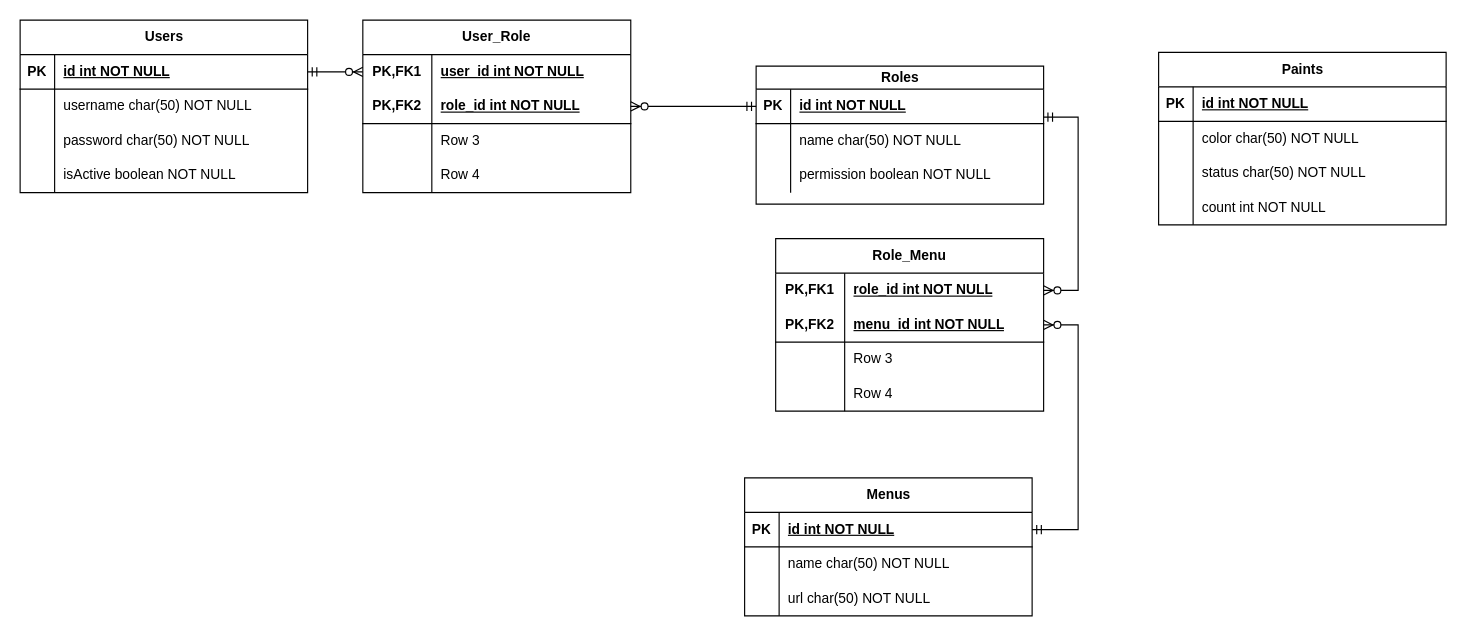
The draw.io diagram paint-kanban.drawio in gaomuziyuan/stock-status-backend, before the edit. Source tidied: cells renumbered, new cells numbered last; positions are measured from the earlier drawing's top-left corner, leaving out a move shared by most shapes. Both pictures are drawn from the tidied source at 115%, with x=0, y=0 at pixel (20, 20).
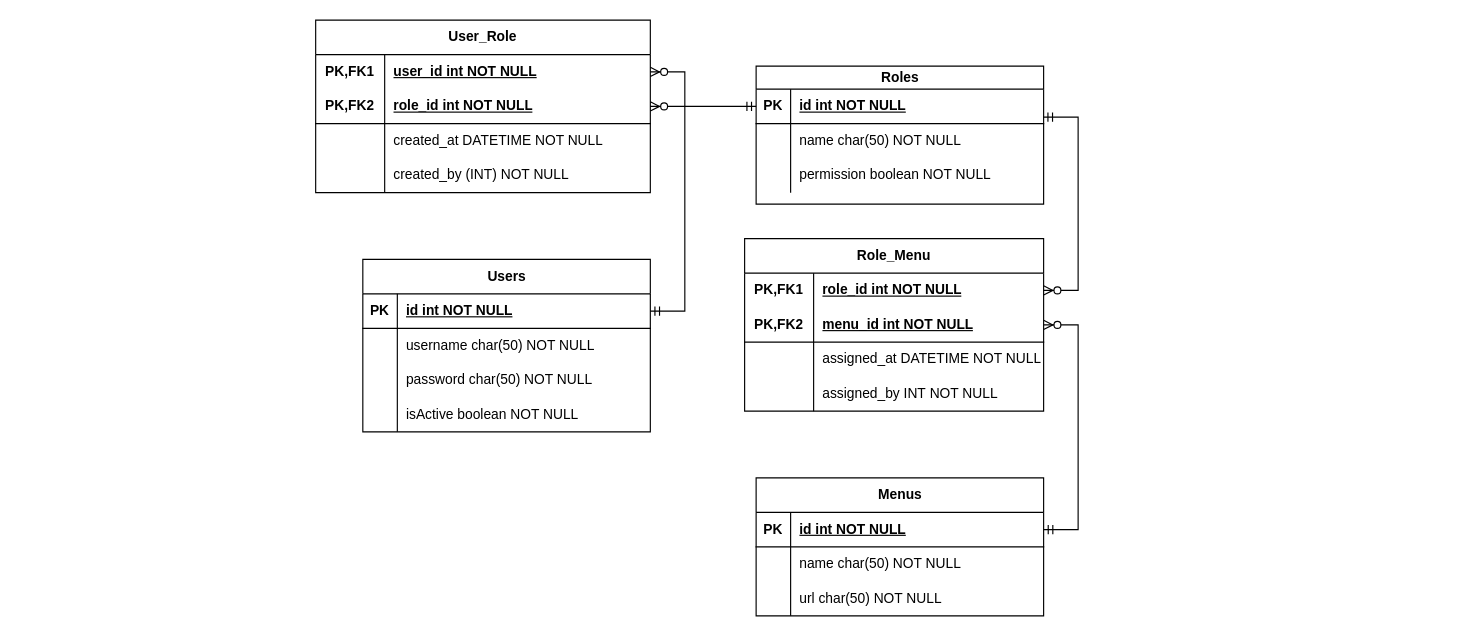
After the change.

Change to the diagram source:
```diff
@@
     <mxCell id="2" value="Users" style="shape=table;startSize=30;childLayout=tableLayout;rowLines=0;fontStyle=1;align=center;html=1;" parent="1" vertex="1">
-      <mxGeometry width="250" height="150" as="geometry" />
+      <mxGeometry x="298" y="208" width="250" height="150" as="geometry" />
     </mxCell>
@@
     <mxCell id="15" value="Menus" style="shape=table;startSize=30;childLayout=tableLayout;rowLines=0;fontStyle=1;align=center;html=1;" parent="1" vertex="1">
-      <mxGeometry x="630" y="398" width="250" height="120" as="geometry" />
+      <mxGeometry x="640" y="398" width="250" height="120" as="geometry" />
     </mxCell>
@@
     <mxCell id="25" value="User_Role" style="shape=table;startSize=30;childLayout=tableLayout;rowLines=0;fontStyle=1;align=center;html=1;whiteSpace=wrap;" parent="1" vertex="1">
-      <mxGeometry x="298" width="233" height="150" as="geometry" />
+      <mxGeometry x="257" width="291" height="150" as="geometry" />
     </mxCell>
     <mxCell id="26" style="shape=tableRow;horizontal=0;startSize=0;swimlaneHead=0;swimlaneBody=0;fillColor=none;points=[[0,0.5],[1,0.5]];portConstraint=eastwest;top=0;left=0;right=0;bottom=0;html=1;" parent="25" vertex="1">
-      <mxGeometry y="30" width="233" height="30" as="geometry" />
+      <mxGeometry y="30" width="291" height="30" as="geometry" />
     </mxCell>
@@
     <mxCell id="28" value="user_id int NOT NULL" style="shape=partialRectangle;fillColor=none;top=0;left=0;bottom=0;right=0;align=left;spacingLeft=6;fontStyle=5;overflow=hidden;html=1;whiteSpace=wrap;" parent="26" vertex="1">
-      <mxGeometry x="60" width="173" height="30" as="geometry" />
+      <mxGeometry x="60" width="231" height="30" as="geometry" />
     </mxCell>
     <mxCell id="29" style="shape=tableRow;horizontal=0;startSize=0;swimlaneHead=0;swimlaneBody=0;fillColor=none;points=[[0,0.5],[1,0.5]];portConstraint=eastwest;top=0;left=0;right=0;bottom=1;html=1;" parent="25" vertex="1">
-      <mxGeometry y="60" width="233" height="30" as="geometry" />
+      <mxGeometry y="60" width="291" height="30" as="geometry" />
     </mxCell>
@@
     <mxCell id="31" value="role_id int NOT NULL" style="shape=partialRectangle;fillColor=none;top=0;left=0;bottom=0;right=0;align=left;spacingLeft=6;fontStyle=5;overflow=hidden;html=1;whiteSpace=wrap;" parent="29" vertex="1">
-      <mxGeometry x="60" width="173" height="30" as="geometry" />
+      <mxGeometry x="60" width="231" height="30" as="geometry" />
     </mxCell>
     <mxCell id="32" style="shape=tableRow;horizontal=0;startSize=0;swimlaneHead=0;swimlaneBody=0;fillColor=none;top=0;left=0;right=0;bottom=0;html=1;" parent="25" vertex="1">
-      <mxGeometry y="90" width="233" height="30" as="geometry" />
+      <mxGeometry y="90" width="291" height="30" as="geometry" />
     </mxCell>
@@
-    <mxCell id="34" value="Row 3" style="shape=partialRectangle;fillColor=none;top=0;left=0;bottom=0;right=0;align=left;spacingLeft=6;overflow=hidden;html=1;whiteSpace=wrap;" parent="32" vertex="1">
-      <mxGeometry x="60" width="173" height="30" as="geometry" />
+    <mxCell id="34" value="created_at DATETIME NOT NULL" style="shape=partialRectangle;fillColor=none;top=0;left=0;bottom=0;right=0;align=left;spacingLeft=6;overflow=hidden;html=1;whiteSpace=wrap;" parent="32" vertex="1">
+      <mxGeometry x="60" width="231" height="30" as="geometry" />
     </mxCell>
     <mxCell id="35" style="shape=tableRow;horizontal=0;startSize=0;swimlaneHead=0;swimlaneBody=0;fillColor=none;top=0;left=0;right=0;bottom=0;html=1;" parent="25" vertex="1">
-      <mxGeometry y="120" width="233" height="30" as="geometry" />
+      <mxGeometry y="120" width="291" height="30" as="geometry" />
     </mxCell>
@@
-    <mxCell id="37" value="Row 4" style="shape=partialRectangle;fillColor=none;top=0;left=0;bottom=0;right=0;align=left;spacingLeft=6;overflow=hidden;html=1;whiteSpace=wrap;" parent="35" vertex="1">
-      <mxGeometry x="60" width="173" height="30" as="geometry" />
+    <mxCell id="37" value="created_by (INT) NOT NULL" style="shape=partialRectangle;fillColor=none;top=0;left=0;bottom=0;right=0;align=left;spacingLeft=6;overflow=hidden;html=1;whiteSpace=wrap;" parent="35" vertex="1">
+      <mxGeometry x="60" width="231" height="30" as="geometry" />
     </mxCell>
@@
     <mxCell id="40" value="Role_Menu" style="shape=table;startSize=30;childLayout=tableLayout;rowLines=0;fontStyle=1;align=center;html=1;whiteSpace=wrap;" parent="1" vertex="1">
-      <mxGeometry x="657" y="190" width="233" height="150" as="geometry" />
+      <mxGeometry x="630" y="190" width="260" height="150" as="geometry" />
     </mxCell>
     <mxCell id="41" style="shape=tableRow;horizontal=0;startSize=0;swimlaneHead=0;swimlaneBody=0;fillColor=none;points=[[0,0.5],[1,0.5]];portConstraint=eastwest;top=0;left=0;right=0;bottom=0;html=1;" parent="40" vertex="1">
-      <mxGeometry y="30" width="233" height="30" as="geometry" />
+      <mxGeometry y="30" width="260" height="30" as="geometry" />
     </mxCell>
@@
     <mxCell id="43" value="role_id int NOT NULL" style="shape=partialRectangle;fillColor=none;top=0;left=0;bottom=0;right=0;align=left;spacingLeft=6;fontStyle=5;overflow=hidden;html=1;whiteSpace=wrap;" parent="41" vertex="1">
-      <mxGeometry x="60" width="173" height="30" as="geometry" />
+      <mxGeometry x="60" width="200" height="30" as="geometry" />
     </mxCell>
     <mxCell id="44" style="shape=tableRow;horizontal=0;startSize=0;swimlaneHead=0;swimlaneBody=0;fillColor=none;points=[[0,0.5],[1,0.5]];portConstraint=eastwest;top=0;left=0;right=0;bottom=1;html=1;" parent="40" vertex="1">
-      <mxGeometry y="60" width="233" height="30" as="geometry" />
+      <mxGeometry y="60" width="260" height="30" as="geometry" />
     </mxCell>
@@
     <mxCell id="46" value="menu_id int NOT NULL" style="shape=partialRectangle;fillColor=none;top=0;left=0;bottom=0;right=0;align=left;spacingLeft=6;fontStyle=5;overflow=hidden;html=1;whiteSpace=wrap;" parent="44" vertex="1">
-      <mxGeometry x="60" width="173" height="30" as="geometry" />
+      <mxGeometry x="60" width="200" height="30" as="geometry" />
     </mxCell>
     <mxCell id="47" style="shape=tableRow;horizontal=0;startSize=0;swimlaneHead=0;swimlaneBody=0;fillColor=none;top=0;left=0;right=0;bottom=0;html=1;" parent="40" vertex="1">
-      <mxGeometry y="90" width="233" height="30" as="geometry" />
+      <mxGeometry y="90" width="260" height="30" as="geometry" />
     </mxCell>
@@
-    <mxCell id="49" value="Row 3" style="shape=partialRectangle;fillColor=none;top=0;left=0;bottom=0;right=0;align=left;spacingLeft=6;overflow=hidden;html=1;whiteSpace=wrap;" parent="47" vertex="1">
-      <mxGeometry x="60" width="173" height="30" as="geometry" />
+    <mxCell id="49" value="assigned_at DATETIME NOT NULL" style="shape=partialRectangle;fillColor=none;top=0;left=0;bottom=0;right=0;align=left;spacingLeft=6;overflow=hidden;html=1;whiteSpace=wrap;" parent="47" vertex="1">
+      <mxGeometry x="60" width="200" height="30" as="geometry" />
     </mxCell>
     <mxCell id="50" style="shape=tableRow;horizontal=0;startSize=0;swimlaneHead=0;swimlaneBody=0;fillColor=none;top=0;left=0;right=0;bottom=0;html=1;" parent="40" vertex="1">
-      <mxGeometry y="120" width="233" height="30" as="geometry" />
+      <mxGeometry y="120" width="260" height="30" as="geometry" />
     </mxCell>
@@
-    <mxCell id="52" value="Row 4" style="shape=partialRectangle;fillColor=none;top=0;left=0;bottom=0;right=0;align=left;spacingLeft=6;overflow=hidden;html=1;whiteSpace=wrap;" parent="50" vertex="1">
-      <mxGeometry x="60" width="173" height="30" as="geometry" />
+    <mxCell id="52" value="assigned_by INT&amp;nbsp;NOT NULL" style="shape=partialRectangle;fillColor=none;top=0;left=0;bottom=0;right=0;align=left;spacingLeft=6;overflow=hidden;html=1;whiteSpace=wrap;" parent="50" vertex="1">
+      <mxGeometry x="60" width="200" height="30" as="geometry" />
     </mxCell>
@@
-    <mxCell id="55" value="Paints" style="shape=table;startSize=30;childLayout=tableLayout;rowLines=0;fontStyle=1;align=center;html=1;" parent="1" vertex="1">
-      <mxGeometry x="990" y="28" width="250" height="150" as="geometry" />
-    </mxCell>
-    <mxCell id="56" style="shape=tableRow;horizontal=0;startSize=0;swimlaneHead=0;swimlaneBody=0;fillColor=none;top=0;left=0;right=0;bottom=1;" parent="55" vertex="1">
-      <mxGeometry y="30" width="250" height="30" as="geometry" />
-    </mxCell>
-    <mxCell id="57" value="PK" style="shape=partialRectangle;fillColor=none;top=0;left=0;bottom=0;right=0;fontStyle=1;overflow=hidden;whiteSpace=wrap;html=1;" parent="56" vertex="1">
-      <mxGeometry width="30" height="30" as="geometry" />
-    </mxCell>
-    <mxCell id="58" value="id int NOT NULL" style="shape=partialRectangle;fillColor=none;top=0;left=0;bottom=0;right=0;align=left;spacingLeft=6;fontStyle=5;overflow=hidden;whiteSpace=wrap;html=1;" parent="56" vertex="1">
-      <mxGeometry x="30" width="220" height="30" as="geometry" />
-    </mxCell>
-    <mxCell id="59" style="shape=tableRow;horizontal=0;startSize=0;swimlaneHead=0;swimlaneBody=0;fillColor=none;top=0;left=0;right=0;bottom=0;" parent="55" vertex="1">
-      <mxGeometry y="60" width="250" height="30" as="geometry" />
-    </mxCell>
-    <mxCell id="60" style="shape=partialRectangle;fillColor=none;top=0;left=0;bottom=0;right=0;overflow=hidden;whiteSpace=wrap;html=1;" parent="59" vertex="1">
-      <mxGeometry width="30" height="30" as="geometry" />
-    </mxCell>
-    <mxCell id="61" value="&lt;span style=&quot;text-wrap: nowrap;&quot;&gt;color char(50) NOT NULL&lt;/span&gt;" style="shape=partialRectangle;fillColor=none;top=0;left=0;bottom=0;right=0;align=left;spacingLeft=6;overflow=hidden;whiteSpace=wrap;html=1;" parent="59" vertex="1">
-      <mxGeometry x="30" width="220" height="30" as="geometry" />
-    </mxCell>
-    <mxCell id="62" style="shape=tableRow;horizontal=0;startSize=0;swimlaneHead=0;swimlaneBody=0;fillColor=none;top=0;left=0;right=0;bottom=0;" parent="55" vertex="1">
-      <mxGeometry y="90" width="250" height="30" as="geometry" />
-    </mxCell>
-    <mxCell id="63" style="shape=partialRectangle;fillColor=none;top=0;left=0;bottom=0;right=0;overflow=hidden;whiteSpace=wrap;html=1;" parent="62" vertex="1">
-      <mxGeometry width="30" height="30" as="geometry" />
-    </mxCell>
-    <mxCell id="64" value="&lt;span style=&quot;text-wrap: nowrap;&quot;&gt;status char(50) NOT NULL&lt;/span&gt;" style="shape=partialRectangle;fillColor=none;top=0;left=0;bottom=0;right=0;align=left;spacingLeft=6;overflow=hidden;whiteSpace=wrap;html=1;" parent="62" vertex="1">
-      <mxGeometry x="30" width="220" height="30" as="geometry" />
-    </mxCell>
-    <mxCell id="65" style="shape=tableRow;horizontal=0;startSize=0;swimlaneHead=0;swimlaneBody=0;fillColor=none;top=0;left=0;right=0;bottom=0;" parent="55" vertex="1">
-      <mxGeometry y="120" width="250" height="30" as="geometry" />
-    </mxCell>
-    <mxCell id="66" style="shape=partialRectangle;fillColor=none;top=0;left=0;bottom=0;right=0;overflow=hidden;whiteSpace=wrap;html=1;" parent="65" vertex="1">
-      <mxGeometry width="30" height="30" as="geometry" />
-    </mxCell>
-    <mxCell id="67" value="&lt;span style=&quot;text-wrap: nowrap;&quot;&gt;count int NOT NULL&lt;/span&gt;" style="shape=partialRectangle;fillColor=none;top=0;left=0;bottom=0;right=0;align=left;spacingLeft=6;overflow=hidden;whiteSpace=wrap;html=1;" parent="65" vertex="1">
-      <mxGeometry x="30" width="220" height="30" as="geometry" />
-    </mxCell>
```
